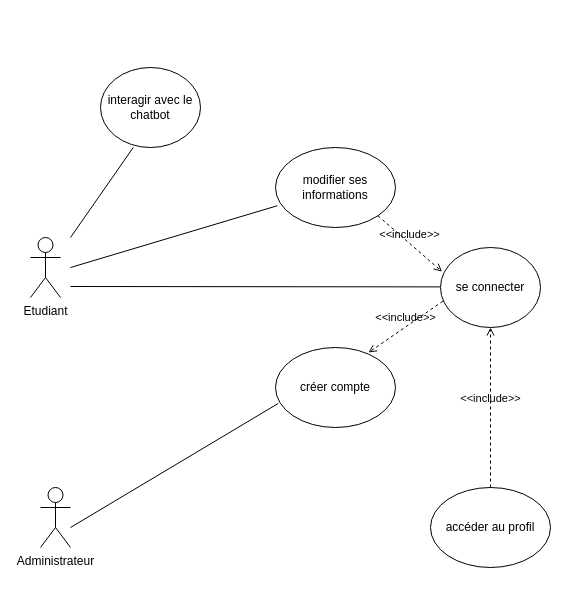
Before: usecase.drawio in AguirChams/ChatbotAskMia, a draw.io diagram. Source tidied: cells renumbered, new cells numbered last; positions are measured from the earlier drawing's top-left corner, leaving out a move shared by most shapes. Both pictures are drawn from the tidied source at 100%, with x=0, y=0 at pixel (30, 67).
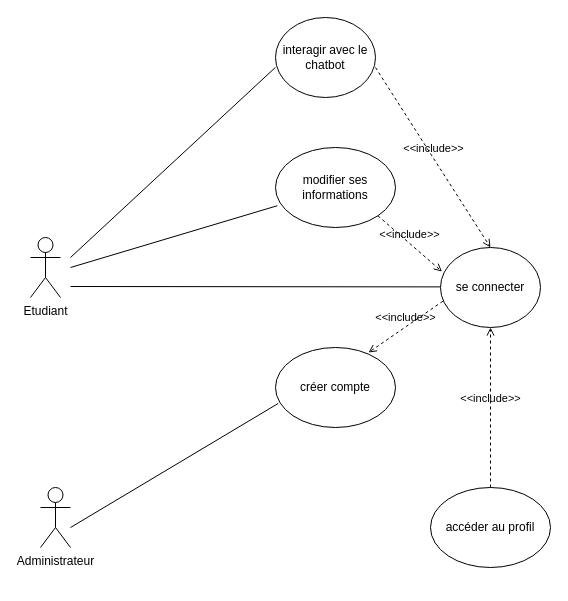
The same diagram, later.

Unchanged cells that the change refers to:
```xml
<mxCell id="4" value="se connecter" style="ellipse;whiteSpace=wrap;html=1;" parent="1" vertex="1">
  <mxGeometry x="410" y="180" width="100" height="80" as="geometry" />
</mxCell>
```

What changed in the source:
```diff
@@
     <mxCell id="8" value="interagir avec le chatbot" style="ellipse;whiteSpace=wrap;html=1;" parent="1" vertex="1">
-      <mxGeometry x="70" width="100" height="80" as="geometry" />
+      <mxGeometry x="245" y="-50" width="100" height="80" as="geometry" />
     </mxCell>
@@
-    <mxCell id="13" style="endArrow=none;html=1;rounded=0;entryX=0.328;entryY=0.999;entryDx=0;entryDy=0;entryPerimeter=0;" parent="1" edge="1" target="8">
+    <mxCell id="13" style="endArrow=none;html=1;rounded=0;entryX=-0.001;entryY=0.624;entryDx=0;entryDy=0;entryPerimeter=0;" parent="1" edge="1" target="8">
       <mxGeometry relative="1" as="geometry">
-        <mxPoint x="40" y="170" as="sourcePoint" />
+        <mxPoint x="40" y="190" as="sourcePoint" />
       </mxGeometry>
     </mxCell>
@@
+    <mxCell id="16" value="&amp;lt;&amp;lt;include&amp;gt;&amp;gt;" style="html=1;verticalAlign=bottom;labelBackgroundColor=none;endArrow=open;endFill=0;dashed=1;rounded=0;entryX=0.5;entryY=0;entryDx=0;entryDy=0;" parent="1" edge="1" target="4">
+      <mxGeometry relative="1" as="geometry">
+        <mxPoint x="345" as="sourcePoint" />
+      </mxGeometry>
+    </mxCell>
```
